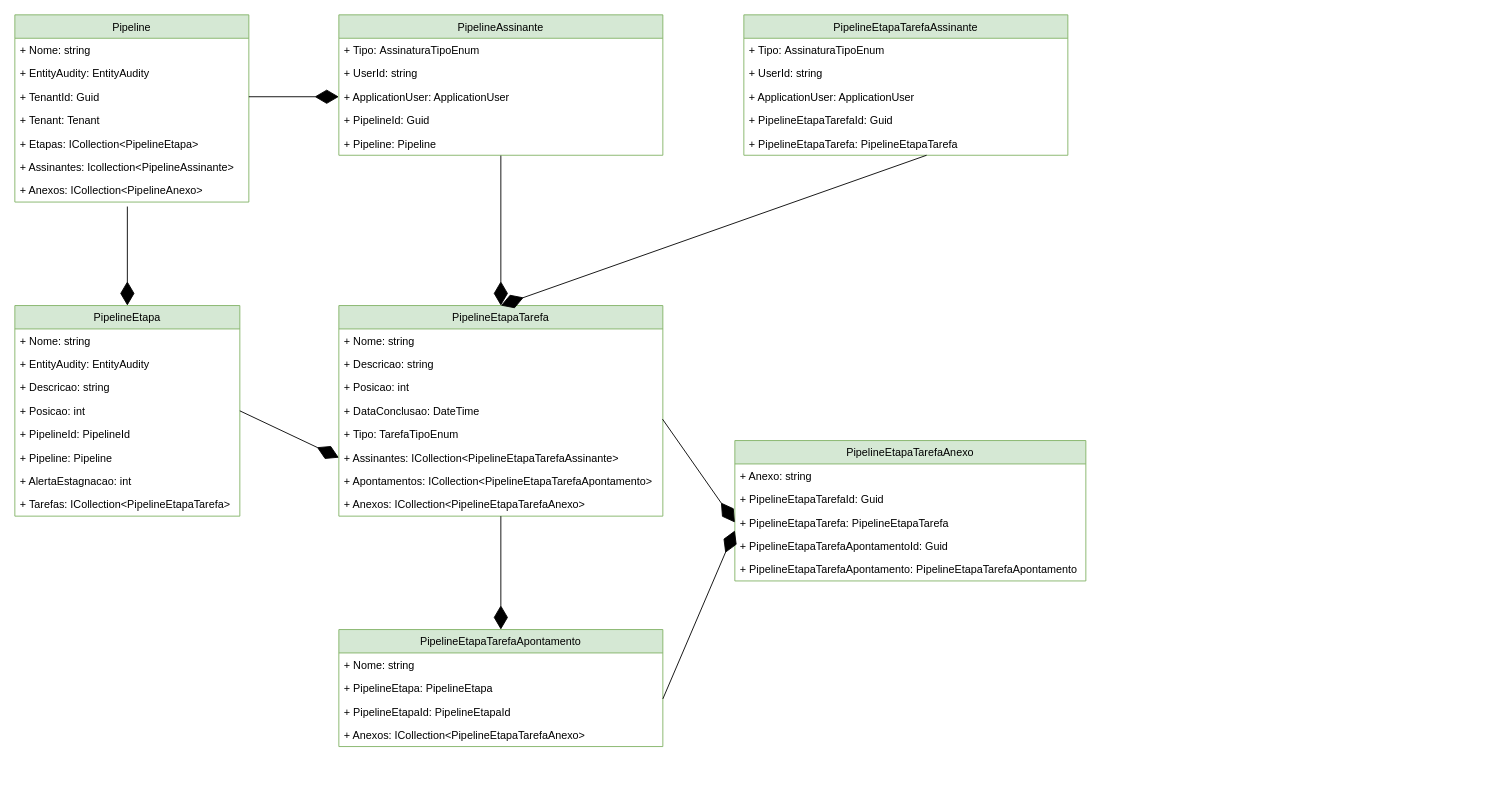
The draw.io diagram docs/Composição entidade Pipeline e suas relações.drawio in sigespweb22/boxapp-api, before the edit. Source tidied: cells renumbered, new cells numbered last; positions are measured from the earlier drawing's top-left corner, leaving out a move shared by most shapes. Both pictures are drawn from the tidied source at 90%, with x=0, y=0 at pixel (14, 14).
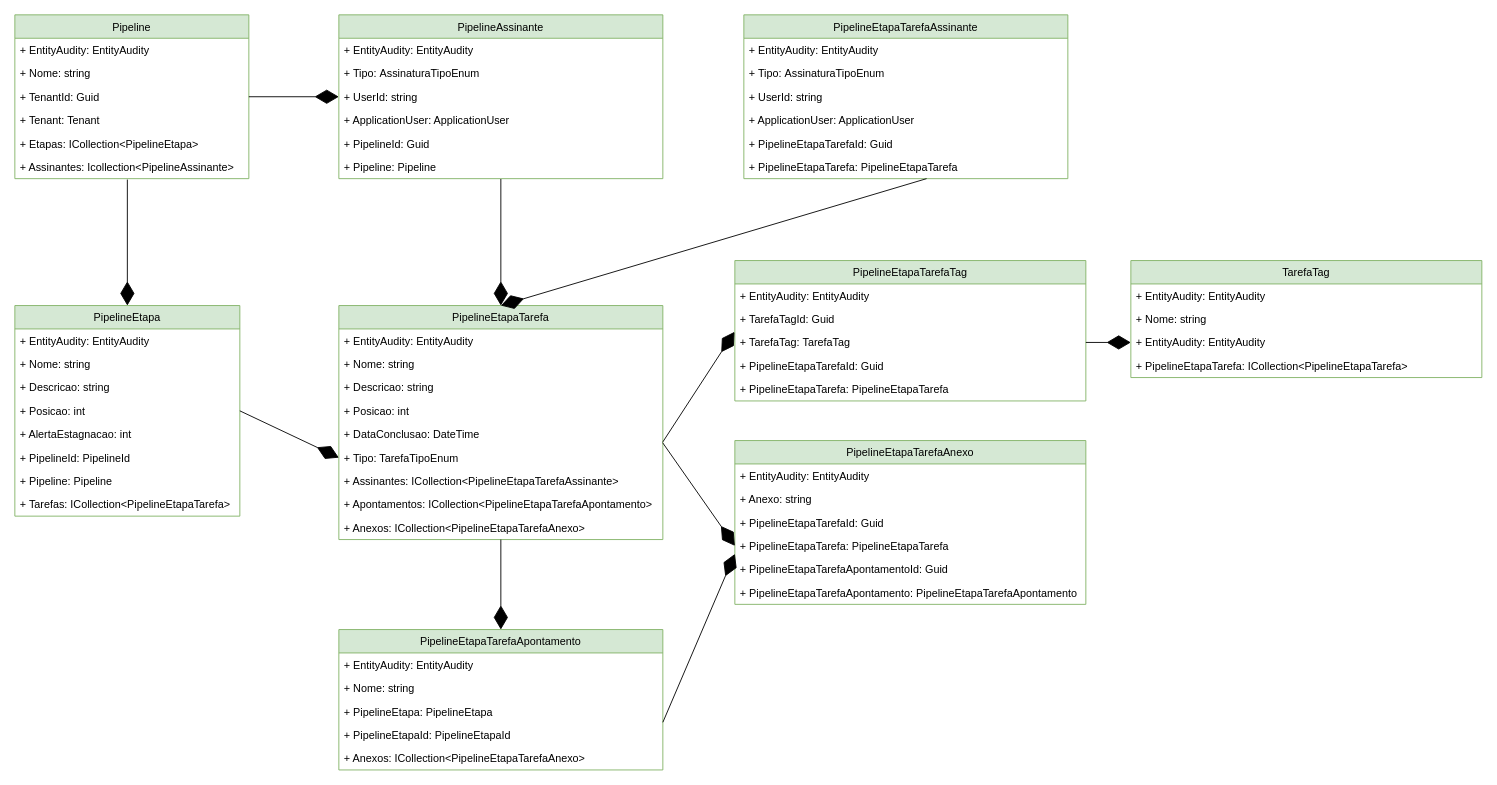
The same page after the edit.

The change refers to these unchanged cells:
```xml
<mxCell id="5" value="+ TenantId: Guid" style="text;strokeColor=none;fillColor=none;align=left;verticalAlign=top;spacingLeft=4;spacingRight=4;overflow=hidden;points=[[0,0.5],[1,0.5]];portConstraint=eastwest;" parent="2" vertex="1">
  <mxGeometry y="78" width="260" height="26" as="geometry" />
</mxCell>
<mxCell id="10" value="PipelineEtapa" style="swimlane;fontStyle=0;horizontal=1;startSize=26;fillColor=#d5e8d4;strokeColor=#82b366;" parent="1" vertex="1">
  <mxGeometry y="323" width="250" height="234" as="geometry" />
</mxCell>
```

The edit, as a diff of the source:
```diff
@@
     <mxCell id="2" value="Pipeline" style="swimlane;fontStyle=0;horizontal=1;startSize=26;fillColor=#d5e8d4;strokeColor=#82b366;" parent="1" vertex="1">
-      <mxGeometry width="260" height="208" as="geometry" />
+      <mxGeometry width="260" height="182" as="geometry" />
     </mxCell>
+    <mxCell id="4" value="+ EntityAudity: EntityAudity" style="text;strokeColor=none;fillColor=none;align=left;verticalAlign=top;spacingLeft=4;spacingRight=4;overflow=hidden;" parent="2" vertex="1">
+      <mxGeometry y="26" width="260" height="26" as="geometry" />
+    </mxCell>
     <mxCell id="3" value="+ Nome: string" style="text;strokeColor=none;fillColor=none;align=left;verticalAlign=top;spacingLeft=4;spacingRight=4;overflow=hidden;" parent="2" vertex="1">
-      <mxGeometry y="26" width="260" height="26" as="geometry" />
+      <mxGeometry y="52" width="260" height="26" as="geometry" />
     </mxCell>
-    <mxCell id="4" value="+ EntityAudity: EntityAudity" style="text;strokeColor=none;fillColor=none;align=left;verticalAlign=top;spacingLeft=4;spacingRight=4;overflow=hidden;" parent="2" vertex="1">
-      <mxGeometry y="52" width="260" height="26" as="geometry" />
-    </mxCell>
@@
-    <mxCell id="9" value="+ Anexos: ICollection&lt;PipelineAnexo&gt;" style="text;strokeColor=none;fillColor=none;align=left;verticalAlign=top;spacingLeft=4;spacingRight=4;overflow=hidden;" parent="2" vertex="1">
-      <mxGeometry y="182" width="260" height="26" as="geometry" />
-    </mxCell>
@@
+    <mxCell id="12" value="+ EntityAudity: EntityAudity" style="text;strokeColor=none;fillColor=none;align=left;verticalAlign=top;spacingLeft=4;spacingRight=4;overflow=hidden;" parent="10" vertex="1">
+      <mxGeometry y="26" width="250" height="26" as="geometry" />
+    </mxCell>
     <mxCell id="11" value="+ Nome: string" style="text;strokeColor=none;fillColor=none;align=left;verticalAlign=top;spacingLeft=4;spacingRight=4;overflow=hidden;" parent="10" vertex="1">
-      <mxGeometry y="26" width="250" height="26" as="geometry" />
+      <mxGeometry y="52" width="250" height="26" as="geometry" />
     </mxCell>
-    <mxCell id="12" value="+ EntityAudity: EntityAudity" style="text;strokeColor=none;fillColor=none;align=left;verticalAlign=top;spacingLeft=4;spacingRight=4;overflow=hidden;" parent="10" vertex="1">
-      <mxGeometry y="52" width="250" height="26" as="geometry" />
-    </mxCell>
@@
+    <mxCell id="17" value="+ AlertaEstagnacao: int" style="text;strokeColor=none;fillColor=none;align=left;verticalAlign=top;spacingLeft=4;spacingRight=4;overflow=hidden;" parent="10" vertex="1">
+      <mxGeometry y="130" width="250" height="26" as="geometry" />
+    </mxCell>
     <mxCell id="15" value="+ PipelineId: PipelineId" style="text;strokeColor=none;fillColor=none;align=left;verticalAlign=top;spacingLeft=4;spacingRight=4;overflow=hidden;" parent="10" vertex="1">
-      <mxGeometry y="130" width="250" height="26" as="geometry" />
+      <mxGeometry y="156" width="250" height="26" as="geometry" />
     </mxCell>
     <mxCell id="16" value="+ Pipeline: Pipeline" style="text;strokeColor=none;fillColor=none;align=left;verticalAlign=top;spacingLeft=4;spacingRight=4;overflow=hidden;" parent="10" vertex="1">
-      <mxGeometry y="156" width="250" height="26" as="geometry" />
+      <mxGeometry y="182" width="250" height="26" as="geometry" />
     </mxCell>
-    <mxCell id="17" value="+ AlertaEstagnacao: int" style="text;strokeColor=none;fillColor=none;align=left;verticalAlign=top;spacingLeft=4;spacingRight=4;overflow=hidden;" parent="10" vertex="1">
-      <mxGeometry y="182" width="250" height="26" as="geometry" />
-    </mxCell>
@@
     <mxCell id="19" value="PipelineEtapaTarefa" style="swimlane;fontStyle=0;horizontal=1;startSize=26;fillColor=#d5e8d4;strokeColor=#82b366;" parent="1" vertex="1">
-      <mxGeometry x="360" y="323" width="360" height="234" as="geometry" />
+      <mxGeometry x="360" y="323" width="360" height="260" as="geometry" />
     </mxCell>
+    <mxCell id="59" value="+ EntityAudity: EntityAudity" style="text;strokeColor=none;fillColor=none;align=left;verticalAlign=top;spacingLeft=4;spacingRight=4;overflow=hidden;" parent="19" vertex="1">
+      <mxGeometry y="26" width="360" height="26" as="geometry" />
+    </mxCell>
     <mxCell id="20" value="+ Nome: string" style="text;strokeColor=none;fillColor=none;align=left;verticalAlign=top;spacingLeft=4;spacingRight=4;overflow=hidden;" parent="19" vertex="1">
-      <mxGeometry y="26" width="360" height="26" as="geometry" />
+      <mxGeometry y="52" width="360" height="26" as="geometry" />
     </mxCell>
     <mxCell id="21" value="+ Descricao: string" style="text;strokeColor=none;fillColor=none;align=left;verticalAlign=top;spacingLeft=4;spacingRight=4;overflow=hidden;" parent="19" vertex="1">
-      <mxGeometry y="52" width="360" height="26" as="geometry" />
+      <mxGeometry y="78" width="360" height="26" as="geometry" />
     </mxCell>
     <mxCell id="22" value="+ Posicao: int" style="text;strokeColor=none;fillColor=none;align=left;verticalAlign=top;spacingLeft=4;spacingRight=4;overflow=hidden;" parent="19" vertex="1">
-      <mxGeometry y="78" width="360" height="26" as="geometry" />
+      <mxGeometry y="104" width="360" height="26" as="geometry" />
     </mxCell>
     <mxCell id="23" value="+ DataConclusao: DateTime" style="text;strokeColor=none;fillColor=none;align=left;verticalAlign=top;spacingLeft=4;spacingRight=4;overflow=hidden;points=[[0,0.5],[1,0.5]];portConstraint=eastwest;" parent="19" vertex="1">
-      <mxGeometry y="104" width="360" height="26" as="geometry" />
+      <mxGeometry y="130" width="360" height="26" as="geometry" />
     </mxCell>
     <mxCell id="24" value="+ Tipo: TarefaTipoEnum" style="text;strokeColor=none;fillColor=none;align=left;verticalAlign=top;spacingLeft=4;spacingRight=4;overflow=hidden;" parent="19" vertex="1">
-      <mxGeometry y="130" width="360" height="26" as="geometry" />
+      <mxGeometry y="156" width="360" height="26" as="geometry" />
     </mxCell>
     <mxCell id="25" value="+ Assinantes: ICollection&lt;PipelineEtapaTarefaAssinante&gt;" style="text;strokeColor=none;fillColor=none;align=left;verticalAlign=top;spacingLeft=4;spacingRight=4;overflow=hidden;" parent="19" vertex="1">
-      <mxGeometry y="156" width="360" height="26" as="geometry" />
+      <mxGeometry y="182" width="360" height="26" as="geometry" />
     </mxCell>
     <mxCell id="26" value="+ Apontamentos: ICollection&lt;PipelineEtapaTarefaApontamento&gt;" style="text;strokeColor=none;fillColor=none;align=left;verticalAlign=top;spacingLeft=4;spacingRight=4;overflow=hidden;" parent="19" vertex="1">
-      <mxGeometry y="182" width="360" height="26" as="geometry" />
+      <mxGeometry y="208" width="360" height="26" as="geometry" />
     </mxCell>
     <mxCell id="27" value="+ Anexos: ICollection&lt;PipelineEtapaTarefaAnexo&gt;" style="text;strokeColor=none;fillColor=none;align=left;verticalAlign=top;spacingLeft=4;spacingRight=4;overflow=hidden;" parent="19" vertex="1">
-      <mxGeometry y="208" width="360" height="26" as="geometry" />
+      <mxGeometry y="234" width="360" height="26" as="geometry" />
     </mxCell>
     <mxCell id="28" value="PipelineAssinante" style="swimlane;fontStyle=0;horizontal=1;startSize=26;fillColor=#d5e8d4;strokeColor=#82b366;" parent="1" vertex="1">
-      <mxGeometry x="360" width="360" height="156" as="geometry" />
+      <mxGeometry x="360" width="360" height="182" as="geometry" />
     </mxCell>
+    <mxCell id="60" value="+ EntityAudity: EntityAudity" style="text;strokeColor=none;fillColor=none;align=left;verticalAlign=top;spacingLeft=4;spacingRight=4;overflow=hidden;" parent="28" vertex="1">
+      <mxGeometry y="26" width="360" height="26" as="geometry" />
+    </mxCell>
     <mxCell id="29" value="+ Tipo: AssinaturaTipoEnum" style="text;strokeColor=none;fillColor=none;align=left;verticalAlign=top;spacingLeft=4;spacingRight=4;overflow=hidden;" parent="28" vertex="1">
-      <mxGeometry y="26" width="360" height="26" as="geometry" />
+      <mxGeometry y="52" width="360" height="26" as="geometry" />
     </mxCell>
     <mxCell id="30" value="+ UserId: string" style="text;strokeColor=none;fillColor=none;align=left;verticalAlign=top;spacingLeft=4;spacingRight=4;overflow=hidden;points=[[0,0.5],[1,0.5]];portConstraint=eastwest;" parent="28" vertex="1">
-      <mxGeometry y="52" width="360" height="26" as="geometry" />
+      <mxGeometry y="78" width="360" height="26" as="geometry" />
     </mxCell>
     <mxCell id="31" value="+ ApplicationUser: ApplicationUser" style="text;strokeColor=none;fillColor=none;align=left;verticalAlign=top;spacingLeft=4;spacingRight=4;overflow=hidden;points=[[0,0.5],[1,0.5]];portConstraint=eastwest;" parent="28" vertex="1">
-      <mxGeometry y="78" width="360" height="26" as="geometry" />
+      <mxGeometry y="104" width="360" height="26" as="geometry" />
     </mxCell>
     <mxCell id="32" value="+ PipelineId: Guid" style="text;strokeColor=none;fillColor=none;align=left;verticalAlign=top;spacingLeft=4;spacingRight=4;overflow=hidden;" parent="28" vertex="1">
-      <mxGeometry y="104" width="360" height="26" as="geometry" />
+      <mxGeometry y="130" width="360" height="26" as="geometry" />
     </mxCell>
     <mxCell id="33" value="+ Pipeline: Pipeline" style="text;strokeColor=none;fillColor=none;align=left;verticalAlign=top;spacingLeft=4;spacingRight=4;overflow=hidden;points=[[0,0.5],[1,0.5]];portConstraint=eastwest;" parent="28" vertex="1">
-      <mxGeometry y="130" width="360" height="26" as="geometry" />
+      <mxGeometry y="156" width="360" height="26" as="geometry" />
     </mxCell>
     <mxCell id="34" value="PipelineEtapaTarefaAnexo" style="swimlane;fontStyle=0;horizontal=1;startSize=26;fillColor=#d5e8d4;strokeColor=#82b366;" parent="1" vertex="1">
-      <mxGeometry x="800" y="473" width="390" height="156" as="geometry" />
+      <mxGeometry x="800" y="473" width="390" height="182" as="geometry" />
     </mxCell>
+    <mxCell id="61" value="+ EntityAudity: EntityAudity" style="text;strokeColor=none;fillColor=none;align=left;verticalAlign=top;spacingLeft=4;spacingRight=4;overflow=hidden;" parent="34" vertex="1">
+      <mxGeometry y="26" width="390" height="26" as="geometry" />
+    </mxCell>
     <mxCell id="35" value="+ Anexo: string" style="text;strokeColor=none;fillColor=none;align=left;verticalAlign=top;spacingLeft=4;spacingRight=4;overflow=hidden;" parent="34" vertex="1">
-      <mxGeometry y="26" width="390" height="26" as="geometry" />
+      <mxGeometry y="52" width="390" height="26" as="geometry" />
     </mxCell>
     <mxCell id="36" value="+ PipelineEtapaTarefaId: Guid" style="text;strokeColor=none;fillColor=none;align=left;verticalAlign=top;spacingLeft=4;spacingRight=4;overflow=hidden;" parent="34" vertex="1">
-      <mxGeometry y="52" width="390" height="26" as="geometry" />
+      <mxGeometry y="78" width="390" height="26" as="geometry" />
     </mxCell>
     <mxCell id="37" value="+ PipelineEtapaTarefa: PipelineEtapaTarefa" style="text;strokeColor=none;fillColor=none;align=left;verticalAlign=top;spacingLeft=4;spacingRight=4;overflow=hidden;points=[[0,0.5],[1,0.5]];portConstraint=eastwest;" parent="34" vertex="1">
-      <mxGeometry y="78" width="390" height="26" as="geometry" />
+      <mxGeometry y="104" width="390" height="26" as="geometry" />
     </mxCell>
     <mxCell id="38" value="+ PipelineEtapaTarefaApontamentoId: Guid" style="text;strokeColor=none;fillColor=none;align=left;verticalAlign=top;spacingLeft=4;spacingRight=4;overflow=hidden;" parent="34" vertex="1">
-      <mxGeometry y="104" width="390" height="26" as="geometry" />
+      <mxGeometry y="130" width="390" height="26" as="geometry" />
     </mxCell>
     <mxCell id="39" value="+ PipelineEtapaTarefaApontamento: PipelineEtapaTarefaApontamento" style="text;strokeColor=none;fillColor=none;align=left;verticalAlign=top;spacingLeft=4;spacingRight=4;overflow=hidden;" parent="34" vertex="1">
-      <mxGeometry y="130" width="390" height="26" as="geometry" />
+      <mxGeometry y="156" width="390" height="26" as="geometry" />
     </mxCell>
     <mxCell id="40" value="PipelineEtapaTarefaApontamento" style="swimlane;fontStyle=0;horizontal=1;startSize=26;fillColor=#d5e8d4;strokeColor=#82b366;" parent="1" vertex="1">
-      <mxGeometry x="360" y="683" width="360" height="130" as="geometry" />
+      <mxGeometry x="360" y="683" width="360" height="156" as="geometry" />
     </mxCell>
+    <mxCell id="62" value="+ EntityAudity: EntityAudity" style="text;strokeColor=none;fillColor=none;align=left;verticalAlign=top;spacingLeft=4;spacingRight=4;overflow=hidden;" parent="40" vertex="1">
+      <mxGeometry y="26" width="360" height="26" as="geometry" />
+    </mxCell>
     <mxCell id="41" value="+ Nome: string" style="text;strokeColor=none;fillColor=none;align=left;verticalAlign=top;spacingLeft=4;spacingRight=4;overflow=hidden;" parent="40" vertex="1">
-      <mxGeometry y="26" width="360" height="26" as="geometry" />
+      <mxGeometry y="52" width="360" height="26" as="geometry" />
     </mxCell>
     <mxCell id="42" value="+ PipelineEtapa: PipelineEtapa" style="text;strokeColor=none;fillColor=none;align=left;verticalAlign=top;spacingLeft=4;spacingRight=4;overflow=hidden;points=[[0,0.5],[1,0.5]];portConstraint=eastwest;" parent="40" vertex="1">
-      <mxGeometry y="52" width="360" height="26" as="geometry" />
+      <mxGeometry y="78" width="360" height="26" as="geometry" />
     </mxCell>
     <mxCell id="43" value="+ PipelineEtapaId: PipelineEtapaId" style="text;strokeColor=none;fillColor=none;align=left;verticalAlign=top;spacingLeft=4;spacingRight=4;overflow=hidden;" parent="40" vertex="1">
-      <mxGeometry y="78" width="360" height="26" as="geometry" />
+      <mxGeometry y="104" width="360" height="26" as="geometry" />
     </mxCell>
     <mxCell id="44" value="+ Anexos: ICollection&lt;PipelineEtapaTarefaAnexo&gt;" style="text;strokeColor=none;fillColor=none;align=left;verticalAlign=top;spacingLeft=4;spacingRight=4;overflow=hidden;" parent="40" vertex="1">
-      <mxGeometry y="104" width="360" height="26" as="geometry" />
+      <mxGeometry y="130" width="360" height="26" as="geometry" />
     </mxCell>
     <mxCell id="45" style="endArrow=diamondThin;endFill=1;endSize=24;html=1;rounded=0;entryX=0.5;entryY=0;entryDx=0;entryDy=0;" parent="1" edge="1" target="10">
       <mxGeometry relative="1" as="geometry">
-        <mxPoint x="125" y="213" as="sourcePoint" />
+        <mxPoint x="125" y="183" as="sourcePoint" />
       </mxGeometry>
     </mxCell>
@@
-    <mxCell id="51" style="endArrow=diamondThin;endFill=1;endSize=24;html=1;rounded=0;exitX=1;exitY=0.5;exitDx=0;exitDy=0;entryX=0;entryY=0.5;entryDx=0;entryDy=0;" parent="1" edge="1" source="5" target="31">
+    <mxCell id="51" style="endArrow=diamondThin;endFill=1;endSize=24;html=1;rounded=0;exitX=1;exitY=0.5;exitDx=0;exitDy=0;entryX=0;entryY=0.5;entryDx=0;entryDy=0;" parent="1" edge="1" source="5" target="30">
       <mxGeometry relative="1" as="geometry" />
     </mxCell>
     <mxCell id="52" value="PipelineEtapaTarefaAssinante" style="swimlane;fontStyle=0;horizontal=1;startSize=26;fillColor=#d5e8d4;strokeColor=#82b366;" parent="1" vertex="1">
-      <mxGeometry x="810" width="360" height="156" as="geometry" />
+      <mxGeometry x="810" width="360" height="182" as="geometry" />
     </mxCell>
+    <mxCell id="63" value="+ EntityAudity: EntityAudity" style="text;strokeColor=none;fillColor=none;align=left;verticalAlign=top;spacingLeft=4;spacingRight=4;overflow=hidden;" parent="52" vertex="1">
+      <mxGeometry y="26" width="360" height="26" as="geometry" />
+    </mxCell>
     <mxCell id="53" value="+ Tipo: AssinaturaTipoEnum" style="text;strokeColor=none;fillColor=none;align=left;verticalAlign=top;spacingLeft=4;spacingRight=4;overflow=hidden;" parent="52" vertex="1">
-      <mxGeometry y="26" width="360" height="26" as="geometry" />
+      <mxGeometry y="52" width="360" height="26" as="geometry" />
     </mxCell>
     <mxCell id="54" value="+ UserId: string" style="text;strokeColor=none;fillColor=none;align=left;verticalAlign=top;spacingLeft=4;spacingRight=4;overflow=hidden;" parent="52" vertex="1">
-      <mxGeometry y="52" width="360" height="26" as="geometry" />
+      <mxGeometry y="78" width="360" height="26" as="geometry" />
     </mxCell>
     <mxCell id="55" value="+ ApplicationUser: ApplicationUser" style="text;strokeColor=none;fillColor=none;align=left;verticalAlign=top;spacingLeft=4;spacingRight=4;overflow=hidden;" parent="52" vertex="1">
-      <mxGeometry y="78" width="360" height="26" as="geometry" />
+      <mxGeometry y="104" width="360" height="26" as="geometry" />
     </mxCell>
     <mxCell id="56" value="+ PipelineEtapaTarefaId: Guid" style="text;strokeColor=none;fillColor=none;align=left;verticalAlign=top;spacingLeft=4;spacingRight=4;overflow=hidden;" parent="52" vertex="1">
-      <mxGeometry y="104" width="360" height="26" as="geometry" />
+      <mxGeometry y="130" width="360" height="26" as="geometry" />
     </mxCell>
     <mxCell id="57" value="+ PipelineEtapaTarefa: PipelineEtapaTarefa" style="text;strokeColor=none;fillColor=none;align=left;verticalAlign=top;spacingLeft=4;spacingRight=4;overflow=hidden;points=[[0,0.5],[1,0.5]];portConstraint=eastwest;" parent="52" vertex="1">
-      <mxGeometry y="130" width="360" height="26" as="geometry" />
+      <mxGeometry y="156" width="360" height="26" as="geometry" />
     </mxCell>
@@
+    <mxCell id="64" value="PipelineEtapaTarefaTag" style="swimlane;fontStyle=0;horizontal=1;startSize=26;fillColor=#d5e8d4;strokeColor=#82b366;" parent="1" vertex="1">
+      <mxGeometry x="800" y="273" width="390" height="156" as="geometry" />
+    </mxCell>
+    <mxCell id="65" value="+ EntityAudity: EntityAudity" style="text;strokeColor=none;fillColor=none;align=left;verticalAlign=top;spacingLeft=4;spacingRight=4;overflow=hidden;" parent="64" vertex="1">
+      <mxGeometry y="26" width="390" height="26" as="geometry" />
+    </mxCell>
+    <mxCell id="66" value="+ TarefaTagId: Guid" style="text;strokeColor=none;fillColor=none;align=left;verticalAlign=top;spacingLeft=4;spacingRight=4;overflow=hidden;points=[[0,0.5],[1,0.5]];portConstraint=eastwest;" parent="64" vertex="1">
+      <mxGeometry y="52" width="390" height="26" as="geometry" />
+    </mxCell>
+    <mxCell id="67" value="+ TarefaTag: TarefaTag" style="text;strokeColor=none;fillColor=none;align=left;verticalAlign=top;spacingLeft=4;spacingRight=4;overflow=hidden;points=[[0,0.5],[1,0.5]];portConstraint=eastwest;" parent="64" vertex="1">
+      <mxGeometry y="78" width="390" height="26" as="geometry" />
+    </mxCell>
+    <mxCell id="68" value="+ PipelineEtapaTarefaId: Guid" style="text;strokeColor=none;fillColor=none;align=left;verticalAlign=top;spacingLeft=4;spacingRight=4;overflow=hidden;" parent="64" vertex="1">
+      <mxGeometry y="104" width="390" height="26" as="geometry" />
+    </mxCell>
+    <mxCell id="69" value="+ PipelineEtapaTarefa: PipelineEtapaTarefa" style="text;strokeColor=none;fillColor=none;align=left;verticalAlign=top;spacingLeft=4;spacingRight=4;overflow=hidden;" parent="64" vertex="1">
+      <mxGeometry y="130" width="390" height="26" as="geometry" />
+    </mxCell>
+    <mxCell id="70" value="TarefaTag" style="swimlane;fontStyle=0;horizontal=1;startSize=26;fillColor=#d5e8d4;strokeColor=#82b366;" parent="1" vertex="1">
+      <mxGeometry x="1240" y="273" width="390" height="130" as="geometry" />
+    </mxCell>
+    <mxCell id="71" value="+ EntityAudity: EntityAudity" style="text;strokeColor=none;fillColor=none;align=left;verticalAlign=top;spacingLeft=4;spacingRight=4;overflow=hidden;" parent="70" vertex="1">
+      <mxGeometry y="26" width="390" height="26" as="geometry" />
+    </mxCell>
+    <mxCell id="72" value="+ Nome: string" style="text;strokeColor=none;fillColor=none;align=left;verticalAlign=top;spacingLeft=4;spacingRight=4;overflow=hidden;" parent="70" vertex="1">
+      <mxGeometry y="52" width="390" height="26" as="geometry" />
+    </mxCell>
+    <mxCell id="73" value="+ EntityAudity: EntityAudity" style="text;strokeColor=none;fillColor=none;align=left;verticalAlign=top;spacingLeft=4;spacingRight=4;overflow=hidden;points=[[0,0.5],[1,0.5]];portConstraint=eastwest;" parent="70" vertex="1">
+      <mxGeometry y="78" width="390" height="26" as="geometry" />
+    </mxCell>
+    <mxCell id="74" value="+ PipelineEtapaTarefa: ICollection&lt;PipelineEtapaTarefa&gt;" style="text;strokeColor=none;fillColor=none;align=left;verticalAlign=top;spacingLeft=4;spacingRight=4;overflow=hidden;" parent="70" vertex="1">
+      <mxGeometry y="104" width="390" height="26" as="geometry" />
+    </mxCell>
+    <mxCell id="75" style="endArrow=diamondThin;endFill=1;endSize=24;html=1;rounded=0;entryX=-0.001;entryY=1.047;entryDx=0;entryDy=0;exitX=1;exitY=0.826;exitDx=0;exitDy=0;exitPerimeter=0;entryPerimeter=0;" parent="1" edge="1" source="23" target="66">
+      <mxGeometry relative="1" as="geometry" />
+    </mxCell>
+    <mxCell id="76" style="endArrow=diamondThin;endFill=1;endSize=24;html=1;rounded=0;entryX=0;entryY=0.5;entryDx=0;entryDy=0;exitX=1;exitY=0.5;exitDx=0;exitDy=0;" parent="1" edge="1" source="67" target="73">
+      <mxGeometry relative="1" as="geometry" />
+    </mxCell>
```
